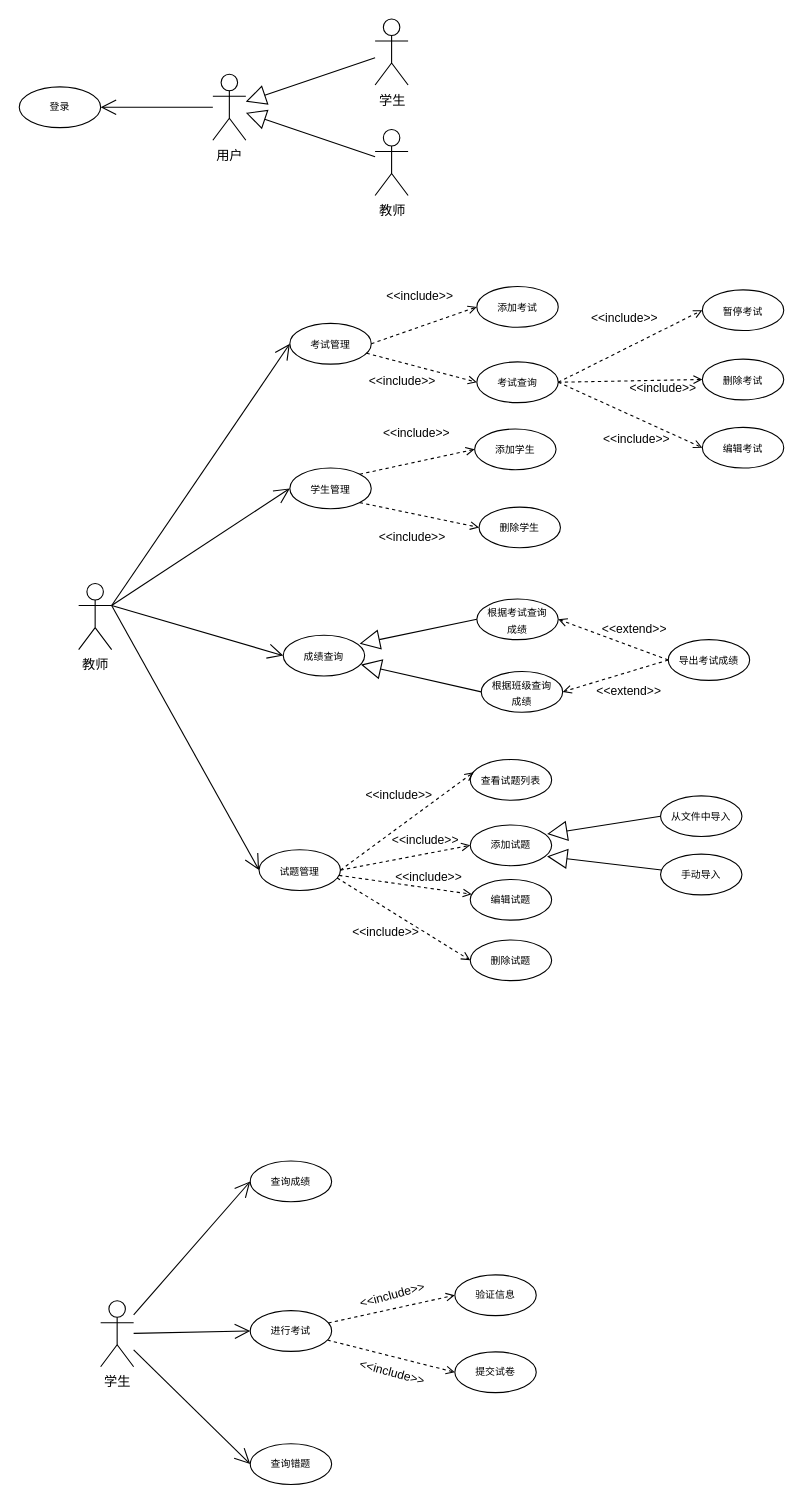
Earlier version of the draw.io diagram 软工用例图.drawio (Wishlove09/drawio). Source tidied: cells renumbered, new cells numbered last; positions are measured from the earlier drawing's top-left corner, leaving out a move shared by most shapes. Both pictures are drawn from the tidied source at 110%, with x=0, y=0 at pixel (19, 19).
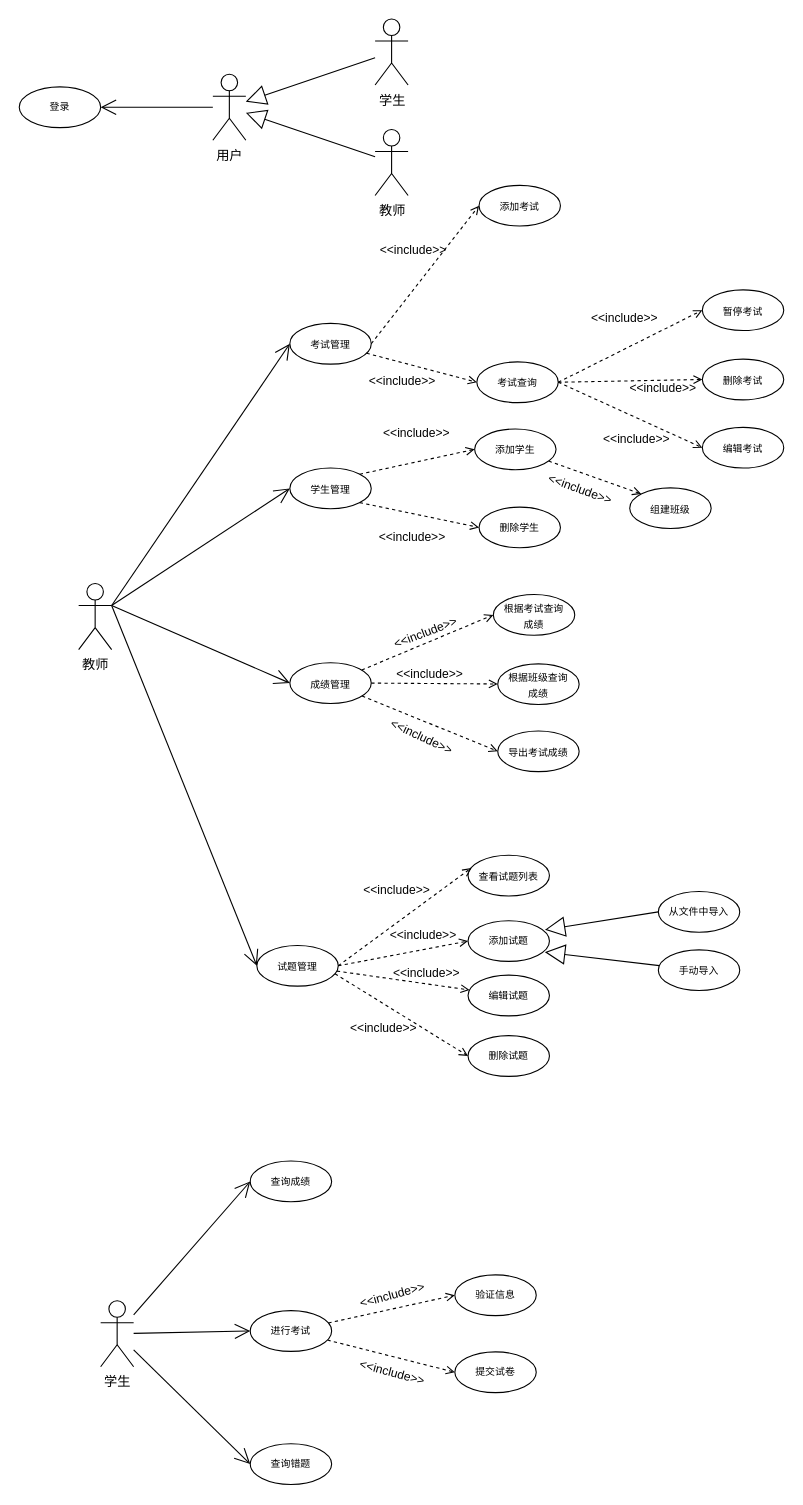
Above is the later version.

Commit message (it also covers changes not shown here):
更新软工用例图.drawio

Unchanged cells that the change refers to:
```xml
<mxCell id="21" value="&lt;font style=&quot;font-size: 9px;&quot;&gt;添加学生&lt;/font&gt;" style="ellipse;whiteSpace=wrap;html=1;" parent="1" vertex="1">
  <mxGeometry x="414" y="372.5" width="74" height="37" as="geometry" />
</mxCell>
```

The edit, as a diff of the source:
```diff
@@
+    <mxCell id="65" style="edgeStyle=none;shape=connector;rounded=0;jettySize=auto;html=1;entryX=0;entryY=0.5;entryDx=0;entryDy=0;dashed=1;labelBackgroundColor=none;strokeColor=default;align=center;verticalAlign=bottom;fontFamily=Helvetica;fontSize=11;fontColor=default;endArrow=open;endFill=0;" parent="1" edge="1" source="10" target="23">
+      <mxGeometry relative="1" as="geometry" />
+    </mxCell>
+    <mxCell id="66" style="edgeStyle=none;shape=connector;rounded=0;jettySize=auto;html=1;dashed=1;labelBackgroundColor=none;strokeColor=default;align=center;verticalAlign=bottom;fontFamily=Helvetica;fontSize=11;fontColor=default;endArrow=open;endFill=0;" parent="1" edge="1" source="10" target="24">
+      <mxGeometry relative="1" as="geometry" />
+    </mxCell>
+    <mxCell id="67" style="edgeStyle=none;shape=connector;rounded=0;jettySize=auto;html=1;entryX=0;entryY=0.5;entryDx=0;entryDy=0;dashed=1;labelBackgroundColor=none;strokeColor=default;align=center;verticalAlign=bottom;fontFamily=Helvetica;fontSize=11;fontColor=default;endArrow=open;endFill=0;" parent="1" edge="1" source="10" target="25">
+      <mxGeometry relative="1" as="geometry" />
+    </mxCell>
-    <mxCell id="10" value="&lt;font style=&quot;font-size: 9px;&quot;&gt;成绩查询&lt;/font&gt;" style="ellipse;whiteSpace=wrap;html=1;" parent="1" vertex="1">
-      <mxGeometry x="240" y="560" width="74" height="37" as="geometry" />
+    <mxCell id="10" value="&lt;font style=&quot;font-size: 9px;&quot;&gt;成绩管理&lt;/font&gt;" style="ellipse;whiteSpace=wrap;html=1;" parent="1" vertex="1">
+      <mxGeometry x="246" y="585" width="74" height="37" as="geometry" />
     </mxCell>
     <mxCell id="11" value="&lt;font style=&quot;font-size: 9px;&quot;&gt;试题管理&lt;/font&gt;" style="ellipse;whiteSpace=wrap;html=1;" parent="1" vertex="1">
-      <mxGeometry x="218" y="755" width="74" height="37" as="geometry" />
+      <mxGeometry x="216" y="842" width="74" height="37" as="geometry" />
     </mxCell>
@@
     <mxCell id="15" value="&lt;font style=&quot;font-size: 9px;&quot;&gt;添加考试&lt;/font&gt;" style="ellipse;whiteSpace=wrap;html=1;" parent="1" vertex="1">
-      <mxGeometry x="416" y="243" width="74" height="37" as="geometry" />
+      <mxGeometry x="418" y="151" width="74" height="37" as="geometry" />
     </mxCell>
@@
+    <mxCell id="68" style="edgeStyle=none;shape=connector;rounded=0;jettySize=auto;html=1;entryX=0;entryY=0;entryDx=0;entryDy=0;dashed=1;labelBackgroundColor=none;strokeColor=default;align=center;verticalAlign=bottom;fontFamily=Helvetica;fontSize=11;fontColor=default;endArrow=open;endFill=0;" parent="1" edge="1" source="21" target="72">
+      <mxGeometry relative="1" as="geometry" />
+    </mxCell>
@@
     <mxCell id="23" value="&lt;font style=&quot;font-size: 9px;&quot;&gt;根据考试查询&lt;br&gt;成绩&lt;/font&gt;" style="ellipse;whiteSpace=wrap;html=1;" parent="1" vertex="1">
-      <mxGeometry x="416" y="527" width="74" height="37" as="geometry" />
+      <mxGeometry x="431" y="523" width="74" height="37" as="geometry" />
     </mxCell>
     <mxCell id="24" value="&lt;font style=&quot;font-size: 9px;&quot;&gt;根据班级查询&lt;br&gt;成绩&lt;/font&gt;" style="ellipse;whiteSpace=wrap;html=1;" parent="1" vertex="1">
-      <mxGeometry x="420" y="593" width="74" height="37" as="geometry" />
+      <mxGeometry x="435" y="586" width="74" height="37" as="geometry" />
     </mxCell>
     <mxCell id="25" value="&lt;font style=&quot;font-size: 9px;&quot;&gt;导出考试成绩&lt;/font&gt;" style="ellipse;whiteSpace=wrap;html=1;" parent="1" vertex="1">
-      <mxGeometry x="590" y="564" width="74" height="37" as="geometry" />
+      <mxGeometry x="435" y="647" width="74" height="37" as="geometry" />
     </mxCell>
-    <mxCell id="26" value="&amp;lt;&amp;lt;extend&amp;gt;&amp;gt;" style="html=1;verticalAlign=bottom;labelBackgroundColor=none;endArrow=open;endFill=0;dashed=1;rounded=0;exitX=0;exitY=0.5;exitDx=0;exitDy=0;entryX=1;entryY=0.5;entryDx=0;entryDy=0;" parent="1" edge="1" source="25" target="23">
-      <mxGeometry x="-0.33" y="-7" relative="1" as="geometry" />
-    </mxCell>
-    <mxCell id="27" value="&amp;lt;&amp;lt;extend&amp;gt;&amp;gt;" style="html=1;verticalAlign=bottom;labelBackgroundColor=none;endArrow=open;endFill=0;dashed=1;rounded=0;exitX=0;exitY=0.5;exitDx=0;exitDy=0;entryX=1;entryY=0.5;entryDx=0;entryDy=0;" parent="1" edge="1" source="25" target="24">
-      <mxGeometry x="-0.1" y="26" relative="1" as="geometry" />
-    </mxCell>
-    <mxCell id="28" style="edgeStyle=orthogonalEdgeStyle;rounded=0;orthogonalLoop=1;jettySize=auto;html=1;exitX=0.5;exitY=1;exitDx=0;exitDy=0;" parent="1" edge="1" source="25" target="25">
-      <mxGeometry relative="1" as="geometry" />
+    <mxCell id="28" style="edgeStyle=orthogonalEdgeStyle;rounded=0;orthogonalLoop=1;jettySize=auto;html=1;exitX=0.5;exitY=1;exitDx=0;exitDy=0;" parent="1" edge="1">
+      <mxGeometry relative="1" as="geometry">
+        <mxPoint x="465" y="748" as="sourcePoint" />
+        <mxPoint x="465" y="748" as="targetPoint" />
+      </mxGeometry>
     </mxCell>
     <mxCell id="29" value="&lt;font style=&quot;font-size: 9px;&quot;&gt;查看试题列表&lt;/font&gt;" style="ellipse;whiteSpace=wrap;html=1;" parent="1" vertex="1">
-      <mxGeometry x="410" y="673" width="74" height="37" as="geometry" />
+      <mxGeometry x="408" y="760" width="74" height="37" as="geometry" />
     </mxCell>
     <mxCell id="30" value="&lt;font style=&quot;font-size: 9px;&quot;&gt;添加试题&lt;/font&gt;" style="ellipse;whiteSpace=wrap;html=1;fontSize=9;" parent="1" vertex="1">
-      <mxGeometry x="410" y="732.5" width="74" height="37" as="geometry" />
+      <mxGeometry x="408" y="819.5" width="74" height="37" as="geometry" />
     </mxCell>
-    <mxCell id="31" style="endArrow=block;endSize=16;endFill=0;html=1;rounded=0;exitX=0;exitY=0.5;exitDx=0;exitDy=0;entryX=0.939;entryY=0.207;entryDx=0;entryDy=0;entryPerimeter=0;" parent="1" edge="1" source="23" target="10">
-      <mxGeometry relative="1" as="geometry" />
-    </mxCell>
-    <mxCell id="32" style="endArrow=block;endSize=16;endFill=0;html=1;rounded=0;exitX=0;exitY=0.5;exitDx=0;exitDy=0;entryX=0.956;entryY=0.722;entryDx=0;entryDy=0;entryPerimeter=0;" parent="1" edge="1" source="24" target="10">
-      <mxGeometry relative="1" as="geometry" />
-    </mxCell>
     <mxCell id="33" value="编辑试题" style="ellipse;whiteSpace=wrap;html=1;fontSize=9;" parent="1" vertex="1">
-      <mxGeometry x="410" y="782" width="74" height="37" as="geometry" />
+      <mxGeometry x="408" y="869" width="74" height="37" as="geometry" />
     </mxCell>
@@
     <mxCell id="35" value="&lt;font style=&quot;font-size: 9px;&quot;&gt;从文件中导入&lt;br&gt;&lt;/font&gt;" style="ellipse;whiteSpace=wrap;html=1;fontSize=9;" parent="1" vertex="1">
-      <mxGeometry x="583" y="706" width="74" height="37" as="geometry" />
+      <mxGeometry x="581" y="793" width="74" height="37" as="geometry" />
     </mxCell>
@@
     <mxCell id="37" value="&lt;font style=&quot;font-size: 9px;&quot;&gt;手动导入&lt;br&gt;&lt;/font&gt;" style="ellipse;whiteSpace=wrap;html=1;fontSize=9;" parent="1" vertex="1">
-      <mxGeometry x="583" y="759" width="74" height="37" as="geometry" />
+      <mxGeometry x="581" y="846" width="74" height="37" as="geometry" />
     </mxCell>
@@
     <mxCell id="40" value="删除试题" style="ellipse;whiteSpace=wrap;html=1;fontSize=9;" parent="1" vertex="1">
-      <mxGeometry x="410" y="837" width="74" height="37" as="geometry" />
+      <mxGeometry x="408" y="924" width="74" height="37" as="geometry" />
     </mxCell>
@@
+    <mxCell id="69" value="&amp;lt;&amp;lt;include&amp;gt;&amp;gt;" style="text;html=1;align=center;verticalAlign=middle;strokeColor=none;fillColor=none;fontSize=11;fontFamily=Helvetica;fontColor=default;rotation=339;" parent="1" vertex="1">
+      <mxGeometry x="329" y="545" width="79" height="25" as="geometry" />
+    </mxCell>
+    <mxCell id="70" value="&amp;lt;&amp;lt;include&amp;gt;&amp;gt;" style="text;html=1;align=center;verticalAlign=middle;strokeColor=none;fillColor=none;fontSize=11;fontFamily=Helvetica;fontColor=default;rotation=0;" parent="1" vertex="1">
+      <mxGeometry x="333" y="582" width="79" height="25" as="geometry" />
+    </mxCell>
+    <mxCell id="71" value="&amp;lt;&amp;lt;include&amp;gt;&amp;gt;" style="text;html=1;align=center;verticalAlign=middle;strokeColor=none;fillColor=none;fontSize=11;fontFamily=Helvetica;fontColor=default;rotation=25;" parent="1" vertex="1">
+      <mxGeometry x="326" y="639" width="79" height="25" as="geometry" />
+    </mxCell>
+    <mxCell id="72" value="&lt;font style=&quot;font-size: 9px;&quot;&gt;组建班级&lt;/font&gt;" style="ellipse;whiteSpace=wrap;html=1;" parent="1" vertex="1">
+      <mxGeometry x="555" y="426" width="74" height="37" as="geometry" />
+    </mxCell>
+    <mxCell id="73" value="&amp;lt;&amp;lt;include&amp;gt;&amp;gt;" style="text;html=1;align=center;verticalAlign=middle;strokeColor=none;fillColor=none;fontSize=11;fontFamily=Helvetica;fontColor=default;rotation=20;" parent="1" vertex="1">
+      <mxGeometry x="470" y="414" width="79" height="25" as="geometry" />
+    </mxCell>
```
